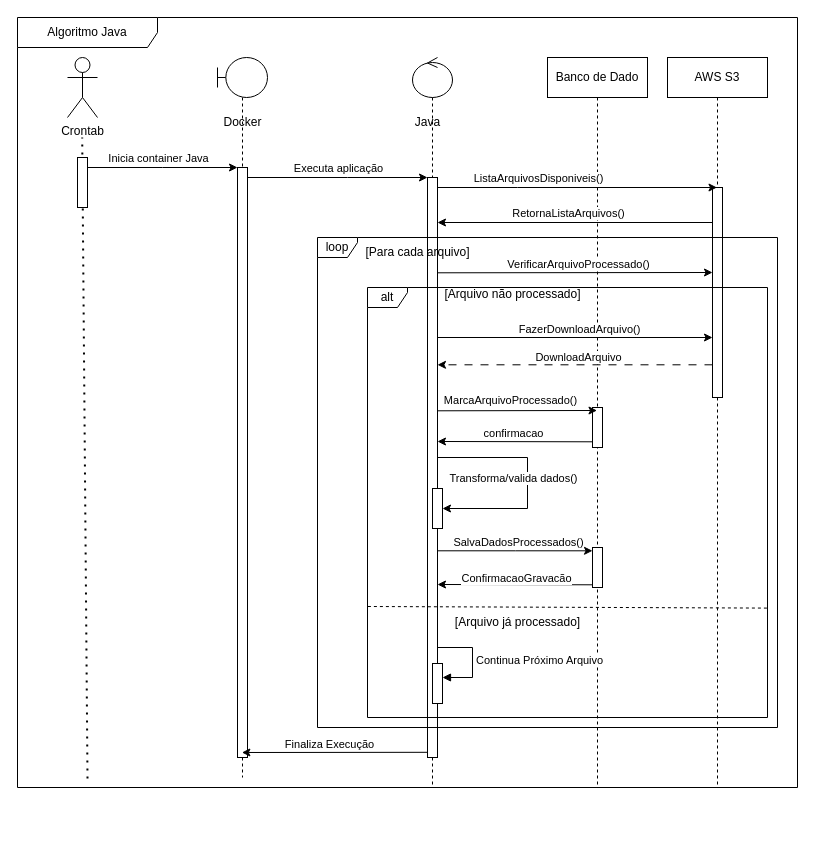
Above: Documentação InovaMed/Diagrma se sequencia Java.drawio in orodrigoapolo/inovaMed (draw.io), before the change. Source tidied: cells renumbered, new cells numbered last; positions are measured from the earlier drawing's top-left corner, leaving out a move shared by most shapes. Both pictures are drawn from the tidied source at 100%, with x=0, y=0 at pixel (17, 17).
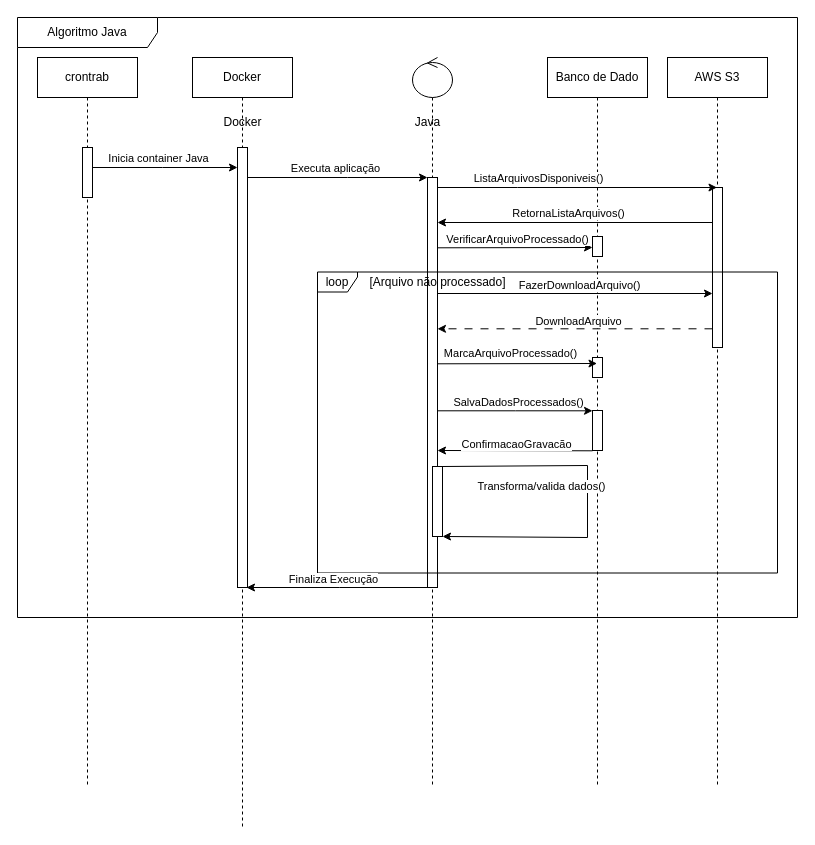
The same page after the edit.

Commit message (it also covers changes not shown here):
arrumado os diagramas

The change refers to these unchanged cells:
```xml
<mxCell id="2" value="AWS S3" style="shape=umlLifeline;perimeter=lifelinePerimeter;whiteSpace=wrap;html=1;outlineConnect=0;portConstraint=eastwest;newEdgeStyle={&quot;edgeStyle&quot;:&quot;elbowEdgeStyle&quot;,&quot;elbow&quot;:&quot;vertical&quot;,&quot;curved&quot;:0,&quot;rounded&quot;:0};" parent="1" vertex="1">
  <mxGeometry x="650" y="40" width="100" height="730" as="geometry" />
</mxCell>
<mxCell id="6" style="shape=umlLifeline;perimeter=lifelinePerimeter;whiteSpace=wrap;html=1;newEdgeStyle={&quot;curved&quot;:0,&quot;rounded&quot;:0};participant=umlControl;" parent="1" vertex="1">
  <mxGeometry x="395" y="40" width="40" height="730" as="geometry" />
</mxCell>
<mxCell id="19" value="Banco de Dado" style="shape=umlLifeline;perimeter=lifelinePerimeter;whiteSpace=wrap;html=1;newEdgeStyle={&quot;edgeStyle&quot;:&quot;elbowEdgeStyle&quot;,&quot;elbow&quot;:&quot;vertical&quot;,&quot;curved&quot;:0,&quot;rounded&quot;:0};" parent="1" vertex="1">
  <mxGeometry x="530" y="40" width="100" height="730" as="geometry" />
</mxCell>
```

What changed in the source:
```diff
@@
     <mxCell id="3" style="html=1;points=[];perimeter=orthogonalPerimeter;outlineConnect=0;targetShapes=umlLifeline;portConstraint=eastwest;newEdgeStyle={&quot;edgeStyle&quot;:&quot;elbowEdgeStyle&quot;,&quot;elbow&quot;:&quot;vertical&quot;,&quot;curved&quot;:0,&quot;rounded&quot;:0};" parent="2" vertex="1">
-      <mxGeometry x="45" y="130" width="10" height="210" as="geometry" />
+      <mxGeometry x="45" y="130" width="10" height="160" as="geometry" />
     </mxCell>
-    <mxCell id="4" style="shape=umlLifeline;perimeter=lifelinePerimeter;whiteSpace=wrap;html=1;newEdgeStyle={&quot;curved&quot;:0,&quot;rounded&quot;:0};participant=umlBoundary;" parent="1" vertex="1">
-      <mxGeometry x="200" y="40" width="50" height="720" as="geometry" />
-    </mxCell>
-    <mxCell id="5" style="html=1;points=[];perimeter=orthogonalPerimeter;outlineConnect=0;targetShapes=umlLifeline;portConstraint=eastwest;newEdgeStyle={&quot;edgeStyle&quot;:&quot;elbowEdgeStyle&quot;,&quot;elbow&quot;:&quot;vertical&quot;,&quot;curved&quot;:0,&quot;rounded&quot;:0};" parent="4" vertex="1">
-      <mxGeometry x="20" y="110" width="10" height="590" as="geometry" />
-    </mxCell>
@@
     <mxCell id="7" style="html=1;points=[];perimeter=orthogonalPerimeter;outlineConnect=0;targetShapes=umlLifeline;portConstraint=eastwest;newEdgeStyle={&quot;edgeStyle&quot;:&quot;elbowEdgeStyle&quot;,&quot;elbow&quot;:&quot;vertical&quot;,&quot;curved&quot;:0,&quot;rounded&quot;:0};" parent="6" vertex="1">
-      <mxGeometry x="15" y="120" width="10" height="580" as="geometry" />
+      <mxGeometry x="15" y="120" width="10" height="410" as="geometry" />
     </mxCell>
-    <mxCell id="8" value="Crontab" style="shape=umlActor;verticalLabelPosition=bottom;verticalAlign=top;html=1;" parent="1" vertex="1">
-      <mxGeometry x="50" y="40" width="30" height="60" as="geometry" />
-    </mxCell>
-    <mxCell id="9" style="endArrow=none;dashed=1;html=1;dashPattern=1 3;strokeWidth=2;rounded=0;" parent="1" edge="1">
-      <mxGeometry relative="1" as="geometry">
-        <mxPoint x="70" y="760.9" as="sourcePoint" />
-        <mxPoint x="64.7" y="120" as="targetPoint" />
-      </mxGeometry>
-    </mxCell>
@@
-    <mxCell id="12" style="html=1;perimeter=orthogonalPerimeter;targetShapes=umlLifeline;newEdgeStyle={&quot;edgeStyle&quot;:&quot;elbowEdgeStyle&quot;,&quot;elbow&quot;:&quot;vertical&quot;,&quot;curved&quot;:0,&quot;rounded&quot;:0};" parent="1" vertex="1">
-      <mxGeometry x="60" y="140" width="10" height="50" as="geometry" />
-    </mxCell>
-    <mxCell id="13" style="edgeStyle=elbowEdgeStyle;rounded=0;jettySize=auto;html=1;elbow=vertical;curved=0;" parent="1" edge="1" source="5" target="7">
+    <mxCell id="13" style="edgeStyle=elbowEdgeStyle;rounded=0;jettySize=auto;html=1;elbow=vertical;curved=0;" parent="1" edge="1" target="7">
       <mxGeometry relative="1" as="geometry">
+        <mxPoint x="225" y="160" as="sourcePoint" />
         <Array as="points">
           <mxPoint x="330" y="160" />
         </Array>
       </mxGeometry>
     </mxCell>
@@
     <mxCell id="15" value="loop" style="shape=umlFrame;whiteSpace=wrap;html=1;width=40;height=20;" parent="1" vertex="1">
-      <mxGeometry x="300" y="220" width="460" height="490" as="geometry" />
+      <mxGeometry x="300" y="254.5" width="460" height="301" as="geometry" />
     </mxCell>
-    <mxCell id="16" style="endArrow=none;dashed=1;html=1;rounded=0;entryX=1.002;entryY=0.621;entryDx=0;entryDy=0;entryPerimeter=0;exitX=0.001;exitY=0.617;exitDx=0;exitDy=0;exitPerimeter=0;" parent="1" edge="1">
-      <mxGeometry relative="1" as="geometry">
-        <mxPoint x="350.4" y="589" as="sourcePoint" />
-        <mxPoint x="750.8" y="590.6" as="targetPoint" />
-      </mxGeometry>
-    </mxCell>
@@
     <mxCell id="20" style="html=1;perimeter=orthogonalPerimeter;targetShapes=umlLifeline;newEdgeStyle={&quot;edgeStyle&quot;:&quot;elbowEdgeStyle&quot;,&quot;elbow&quot;:&quot;vertical&quot;,&quot;curved&quot;:0,&quot;rounded&quot;:0};" parent="19" vertex="1">
-      <mxGeometry x="45" y="350" width="10" height="40" as="geometry" />
+      <mxGeometry x="45" y="300" width="10" height="20" as="geometry" />
     </mxCell>
     <mxCell id="21" style="html=1;perimeter=orthogonalPerimeter;targetShapes=umlLifeline;newEdgeStyle={&quot;edgeStyle&quot;:&quot;elbowEdgeStyle&quot;,&quot;elbow&quot;:&quot;vertical&quot;,&quot;curved&quot;:0,&quot;rounded&quot;:0};" parent="19" vertex="1">
-      <mxGeometry x="45" y="490" width="10" height="40" as="geometry" />
+      <mxGeometry x="45" y="353" width="10" height="40" as="geometry" />
     </mxCell>
@@
-    <mxCell id="26" value="[Para cada arquivo]" style="text;html=1;align=center;verticalAlign=middle;strokeColor=none;fillColor=none;" parent="1" vertex="1">
-      <mxGeometry x="335" y="220" width="130" height="30" as="geometry" />
-    </mxCell>
-    <mxCell id="27" style="edgeStyle=elbowEdgeStyle;rounded=0;orthogonalLoop=1;jettySize=auto;html=1;elbow=vertical;curved=0;" parent="1" edge="1">
+    <mxCell id="27" style="edgeStyle=elbowEdgeStyle;rounded=0;jettySize=auto;html=1;elbow=vertical;curved=0;" parent="1" edge="1" target="55">
       <mxGeometry relative="1" as="geometry">
-        <mxPoint x="420" y="255.3" as="sourcePoint" />
-        <mxPoint x="695" y="255.5" as="targetPoint" />
+        <mxPoint x="420" y="230.3" as="sourcePoint" />
       </mxGeometry>
     </mxCell>
     <mxCell id="28" value="VerificarArquivoProcessado()" style="edgeLabel;html=1;align=center;verticalAlign=middle;" parent="27" vertex="1">
       <mxGeometry x="-0.37" y="2" relative="1" as="geometry">
-        <mxPoint x="54" y="-7" as="offset" />
+        <mxPoint x="31" y="-7" as="offset" />
       </mxGeometry>
     </mxCell>
     <mxCell id="29" style="edgeStyle=elbowEdgeStyle;rounded=0;orthogonalLoop=1;jettySize=auto;html=1;elbow=horizontal;curved=0;dashed=1;dashPattern=8 8;" parent="1" edge="1">
       <mxGeometry relative="1" as="geometry">
-        <mxPoint x="695" y="347.3" as="sourcePoint" />
-        <mxPoint x="420" y="347.3" as="targetPoint" />
+        <mxPoint x="695" y="311.3" as="sourcePoint" />
+        <mxPoint x="420" y="311.3" as="targetPoint" />
       </mxGeometry>
     </mxCell>
@@
     <mxCell id="31" style="edgeStyle=elbowEdgeStyle;rounded=0;orthogonalLoop=1;jettySize=auto;html=1;elbow=vertical;curved=0;" parent="1" edge="1">
       <mxGeometry relative="1" as="geometry">
-        <mxPoint x="420" y="393.3" as="sourcePoint" />
-        <mxPoint x="579.5" y="393.5" as="targetPoint" />
+        <mxPoint x="420" y="346.3" as="sourcePoint" />
+        <mxPoint x="579.5" y="346.5" as="targetPoint" />
       </mxGeometry>
     </mxCell>
@@
-    <mxCell id="33" style="edgeStyle=elbowEdgeStyle;rounded=0;orthogonalLoop=1;jettySize=auto;html=1;elbow=vertical;curved=0;" parent="1" edge="1">
-      <mxGeometry relative="1" as="geometry">
-        <mxPoint x="575" y="424.3" as="sourcePoint" />
-        <mxPoint x="420" y="424.3" as="targetPoint" />
-      </mxGeometry>
-    </mxCell>
-    <mxCell id="34" value="confirmacao" style="edgeLabel;html=1;align=center;verticalAlign=middle;" parent="33" vertex="1">
-      <mxGeometry x="0.16" y="-3" relative="1" as="geometry">
-        <mxPoint x="10" y="-6" as="offset" />
-      </mxGeometry>
-    </mxCell>
-    <mxCell id="35" value="alt" style="shape=umlFrame;whiteSpace=wrap;html=1;width=40;height=20;" parent="1" vertex="1">
-      <mxGeometry x="350" y="270" width="400" height="430" as="geometry" />
-    </mxCell>
     <mxCell id="36" value="[Arquivo não processado]" style="text;html=1;align=center;verticalAlign=middle;strokeColor=none;fillColor=none;" parent="1" vertex="1">
-      <mxGeometry x="415" y="262" width="160" height="30" as="geometry" />
+      <mxGeometry x="340" y="250" width="160" height="30" as="geometry" />
     </mxCell>
     <mxCell id="37" style="edgeStyle=elbowEdgeStyle;rounded=0;orthogonalLoop=1;jettySize=auto;html=1;elbow=vertical;curved=0;" parent="1" edge="1">
       <mxGeometry relative="1" as="geometry">
-        <mxPoint x="420" y="320" as="sourcePoint" />
-        <mxPoint x="695" y="320.2" as="targetPoint" />
+        <mxPoint x="420" y="276" as="sourcePoint" />
+        <mxPoint x="695" y="276.2" as="targetPoint" />
       </mxGeometry>
     </mxCell>
@@
     <mxCell id="39" style="html=1;points=[];perimeter=orthogonalPerimeter;outlineConnect=0;targetShapes=umlLifeline;portConstraint=eastwest;newEdgeStyle={&quot;edgeStyle&quot;:&quot;elbowEdgeStyle&quot;,&quot;elbow&quot;:&quot;vertical&quot;,&quot;curved&quot;:0,&quot;rounded&quot;:0};" parent="1" vertex="1">
-      <mxGeometry x="415" y="471" width="10" height="40" as="geometry" />
+      <mxGeometry x="415" y="449" width="10" height="70" as="geometry" />
     </mxCell>
-    <mxCell id="40" style="edgeStyle=elbowEdgeStyle;rounded=0;jettySize=auto;html=1;elbow=vertical;curved=0;" parent="1" edge="1" source="7" target="39">
+    <mxCell id="40" style="edgeStyle=elbowEdgeStyle;rounded=0;orthogonalLoop=1;jettySize=auto;html=1;elbow=horizontal;curved=0;" parent="1" edge="1" source="39" target="39">
       <mxGeometry relative="1" as="geometry">
         <Array as="points">
-          <mxPoint x="510" y="440" />
+          <mxPoint x="570" y="520" />
         </Array>
       </mxGeometry>
     </mxCell>
@@
     <mxCell id="42" style="edgeStyle=elbowEdgeStyle;rounded=0;orthogonalLoop=1;jettySize=auto;html=1;elbow=horizontal;curved=0;" parent="1" edge="1">
       <mxGeometry relative="1" as="geometry">
-        <mxPoint x="420" y="533.3" as="sourcePoint" />
-        <mxPoint x="575" y="533.3" as="targetPoint" />
+        <mxPoint x="420" y="393.3" as="sourcePoint" />
+        <mxPoint x="575" y="393.3" as="targetPoint" />
       </mxGeometry>
     </mxCell>
@@
     <mxCell id="44" style="edgeStyle=elbowEdgeStyle;rounded=0;orthogonalLoop=1;jettySize=auto;html=1;elbow=vertical;curved=0;" parent="1" edge="1">
       <mxGeometry relative="1" as="geometry">
-        <mxPoint x="575" y="567.3" as="sourcePoint" />
-        <mxPoint x="420" y="567.3" as="targetPoint" />
+        <mxPoint x="575" y="433.3" as="sourcePoint" />
+        <mxPoint x="420" y="433.3" as="targetPoint" />
       </mxGeometry>
     </mxCell>
@@
-    <mxCell id="46" value="[Arquivo já processado]" style="text;html=1;align=center;verticalAlign=middle;strokeColor=none;fillColor=none;" parent="1" vertex="1">
-      <mxGeometry x="425" y="590" width="150" height="30" as="geometry" />
-    </mxCell>
-    <mxCell id="47" style="html=1;perimeter=orthogonalPerimeter;targetShapes=umlLifeline;newEdgeStyle={&quot;curved&quot;:0,&quot;rounded&quot;:0};" parent="1" vertex="1">
-      <mxGeometry x="415" y="646" width="10" height="40" as="geometry" />
-    </mxCell>
-    <mxCell id="48" value="Continua Próximo Arquivo" style="html=1;align=left;spacingLeft=2;endArrow=block;rounded=0;edgeStyle=orthogonalEdgeStyle;curved=0;rounded=0;" parent="1" edge="1">
-      <mxGeometry relative="1" as="geometry">
-        <mxPoint x="420" y="630" as="sourcePoint" />
-        <mxPoint x="425" y="660" as="targetPoint" />
-        <Array as="points">
-          <mxPoint x="455" y="630" />
-          <mxPoint x="455" y="660" />
-        </Array>
-      </mxGeometry>
-    </mxCell>
     <mxCell id="49" style="edgeStyle=elbowEdgeStyle;rounded=0;orthogonalLoop=1;jettySize=auto;html=1;elbow=vertical;curved=0;" parent="1" edge="1">
       <mxGeometry relative="1" as="geometry">
-        <mxPoint x="410" y="734.8" as="sourcePoint" />
-        <mxPoint x="224.4" y="734.8" as="targetPoint" />
+        <mxPoint x="414.6" y="570" as="sourcePoint" />
+        <mxPoint x="229" y="570" as="targetPoint" />
       </mxGeometry>
     </mxCell>
@@
     <mxCell id="51" value="Algoritmo Java" style="shape=umlFrame;whiteSpace=wrap;html=1;width=140;height=30;" parent="1" vertex="1">
-      <mxGeometry width="780" height="770" as="geometry" />
+      <mxGeometry width="780" height="600" as="geometry" />
     </mxCell>
+    <mxCell id="52" value="crontrab" style="shape=umlLifeline;perimeter=lifelinePerimeter;whiteSpace=wrap;html=1;newEdgeStyle={&quot;edgeStyle&quot;:&quot;elbowEdgeStyle&quot;,&quot;elbow&quot;:&quot;vertical&quot;,&quot;curved&quot;:0,&quot;rounded&quot;:0};" parent="1" vertex="1">
+      <mxGeometry x="20" y="40" width="100" height="730" as="geometry" />
+    </mxCell>
+    <mxCell id="12" style="html=1;perimeter=orthogonalPerimeter;targetShapes=umlLifeline;newEdgeStyle={&quot;edgeStyle&quot;:&quot;elbowEdgeStyle&quot;,&quot;elbow&quot;:&quot;vertical&quot;,&quot;curved&quot;:0,&quot;rounded&quot;:0};" parent="52" vertex="1">
+      <mxGeometry x="45" y="90" width="10" height="50" as="geometry" />
+    </mxCell>
+    <mxCell id="53" value="Docker" style="shape=umlLifeline;perimeter=lifelinePerimeter;whiteSpace=wrap;html=1;newEdgeStyle={&quot;edgeStyle&quot;:&quot;elbowEdgeStyle&quot;,&quot;elbow&quot;:&quot;vertical&quot;,&quot;curved&quot;:0,&quot;rounded&quot;:0};" parent="1" vertex="1">
+      <mxGeometry x="175" y="40" width="100" height="770" as="geometry" />
+    </mxCell>
+    <mxCell id="54" style="html=1;perimeter=orthogonalPerimeter;targetShapes=umlLifeline;newEdgeStyle={&quot;edgeStyle&quot;:&quot;elbowEdgeStyle&quot;,&quot;elbow&quot;:&quot;vertical&quot;,&quot;curved&quot;:0,&quot;rounded&quot;:0};" parent="53" vertex="1">
+      <mxGeometry x="45" y="90" width="10" height="440" as="geometry" />
+    </mxCell>
+    <mxCell id="55" style="html=1;points=[];perimeter=orthogonalPerimeter;outlineConnect=0;targetShapes=umlLifeline;portConstraint=eastwest;newEdgeStyle={&quot;edgeStyle&quot;:&quot;elbowEdgeStyle&quot;,&quot;elbow&quot;:&quot;vertical&quot;,&quot;curved&quot;:0,&quot;rounded&quot;:0};" parent="1" vertex="1">
+      <mxGeometry x="575" y="219" width="10" height="20" as="geometry" />
+    </mxCell>
```
